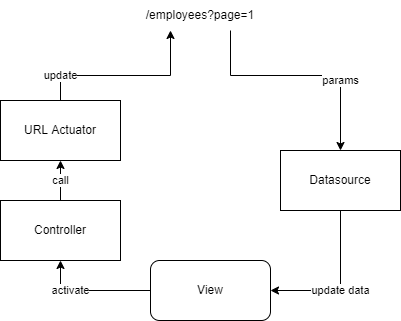
Bernardo-MG/development-docs-architecture keeps this draw.io diagram as .gitbook/assets/datasource_url_flow.drawio.png. Above is the earlier version. Source tidied: cells renumbered, new cells last; positions are measured from the earlier drawing's top-left corner, leaving out a move shared by most shapes.
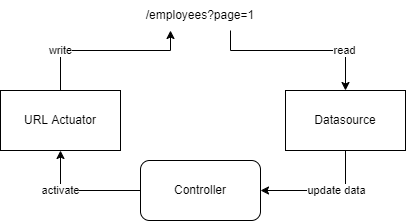
Later version of the same file.

Change to the diagram source:
```diff
@@ -3,48 +3,42 @@
     <mxCell id="0" />
     <mxCell id="1" parent="0" />
     <mxCell id="2" value="URL Actuator" style="rounded=0;whiteSpace=wrap;html=1;" parent="1" vertex="1">
-      <mxGeometry y="100" width="120" height="60" as="geometry" />
+      <mxGeometry y="180" width="120" height="60" as="geometry" />
     </mxCell>
     <mxCell id="3" value="Datasource" style="rounded=0;whiteSpace=wrap;html=1;" parent="1" vertex="1">
-      <mxGeometry x="280" y="150" width="120" height="60" as="geometry" />
+      <mxGeometry x="285" y="180" width="120" height="60" as="geometry" />
     </mxCell>
     <mxCell id="4" value="/employees?page=1" style="text;html=1;strokeColor=none;fillColor=none;align=center;verticalAlign=middle;whiteSpace=wrap;rounded=0;" parent="1" vertex="1">
-      <mxGeometry x="120" width="160" height="30" as="geometry" />
+      <mxGeometry x="120" y="90" width="160" height="30" as="geometry" />
     </mxCell>
-    <mxCell id="5" value="View" style="rounded=1;whiteSpace=wrap;html=1;" parent="1" vertex="1">
-      <mxGeometry x="150" y="260" width="120" height="60" as="geometry" />
+    <mxCell id="5" value="Controller" style="rounded=1;whiteSpace=wrap;html=1;" parent="1" vertex="1">
+      <mxGeometry x="140" y="250" width="120" height="60" as="geometry" />
     </mxCell>
-    <mxCell id="6" value="activate" style="endArrow=classic;html=1;rounded=0;edgeStyle=orthogonalEdgeStyle;entryX=0.5;entryY=1;entryDx=0;entryDy=0;" parent="1" edge="1" source="5" target="10">
+    <mxCell id="6" value="activate" style="endArrow=classic;html=1;rounded=0;edgeStyle=orthogonalEdgeStyle;entryX=0.5;entryY=1;entryDx=0;entryDy=0;" parent="1" edge="1" source="5" target="2">
       <mxGeometry x="0.33" relative="1" as="geometry" />
     </mxCell>
-    <mxCell id="7" value="update" style="endArrow=classic;html=1;rounded=0;edgeStyle=orthogonalEdgeStyle;" parent="1" edge="1" source="2" target="4">
-      <mxGeometry x="-0.72" relative="1" as="geometry">
+    <mxCell id="7" value="write" style="endArrow=classic;html=1;rounded=0;edgeStyle=orthogonalEdgeStyle;" parent="1" edge="1" source="2" target="4">
+      <mxGeometry x="-0.53" relative="1" as="geometry">
         <Array as="points">
-          <mxPoint x="60" y="75" />
-          <mxPoint x="170" y="75" />
+          <mxPoint x="60" y="140" />
+          <mxPoint x="170" y="140" />
         </Array>
       </mxGeometry>
     </mxCell>
-    <mxCell id="8" value="params" style="endArrow=classic;html=1;rounded=0;edgeStyle=orthogonalEdgeStyle;" parent="1" edge="1" source="4" target="3">
-      <mxGeometry x="0.39" relative="1" as="geometry">
+    <mxCell id="8" value="read" style="endArrow=classic;html=1;rounded=0;edgeStyle=orthogonalEdgeStyle;entryX=0.5;entryY=0;entryDx=0;entryDy=0;" parent="1" edge="1" source="4" target="3">
+      <mxGeometry x="0.53" relative="1" as="geometry">
         <Array as="points">
-          <mxPoint x="230" y="75" />
-          <mxPoint x="340" y="75" />
+          <mxPoint x="230" y="140" />
+          <mxPoint x="345" y="140" />
         </Array>
       </mxGeometry>
     </mxCell>
-    <mxCell id="9" value="update data" style="endArrow=classic;html=1;rounded=0;edgeStyle=orthogonalEdgeStyle;entryX=1;entryY=0.5;entryDx=0;entryDy=0;" parent="1" edge="1" source="3" target="5">
-      <mxGeometry x="0.07" relative="1" as="geometry">
+    <mxCell id="9" value="update data" style="endArrow=classic;html=1;rounded=0;edgeStyle=orthogonalEdgeStyle;entryX=1;entryY=0.5;entryDx=0;entryDy=0;exitX=0.5;exitY=1;exitDx=0;exitDy=0;" parent="1" edge="1" source="3" target="5">
+      <mxGeometry x="-0.22" relative="1" as="geometry">
         <Array as="points">
-          <mxPoint x="340" y="290" />
+          <mxPoint x="345" y="280" />
         </Array>
       </mxGeometry>
     </mxCell>
-    <mxCell id="10" value="Controller" style="rounded=0;whiteSpace=wrap;html=1;" parent="1" vertex="1">
-      <mxGeometry y="200" width="120" height="60" as="geometry" />
-    </mxCell>
-    <mxCell id="11" value="call" style="endArrow=classic;html=1;rounded=0;edgeStyle=orthogonalEdgeStyle;entryX=0.5;entryY=1;entryDx=0;entryDy=0;exitX=0.5;exitY=0;exitDx=0;exitDy=0;" parent="1" edge="1" source="10" target="2">
-      <mxGeometry relative="1" as="geometry" />
-    </mxCell>
   </root>
 </mxGraphModel>
```
